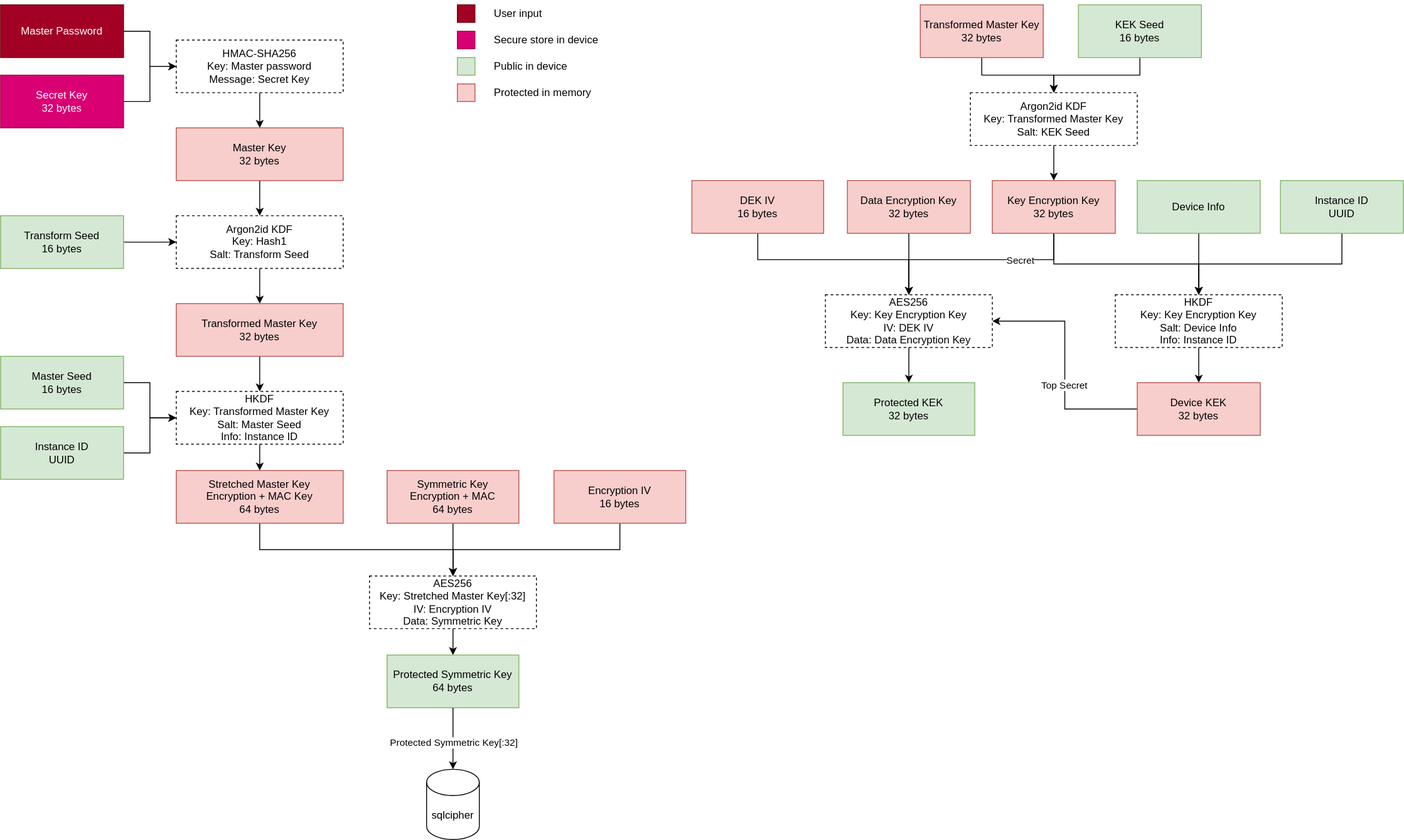
quillgen/cryptowl keeps this draw.io diagram as doc/key-derive.drawio.svg. Above is the earlier version. Source tidied: cells renumbered, new cells last; positions are measured from the earlier drawing's top-left corner, leaving out a move shared by most shapes.
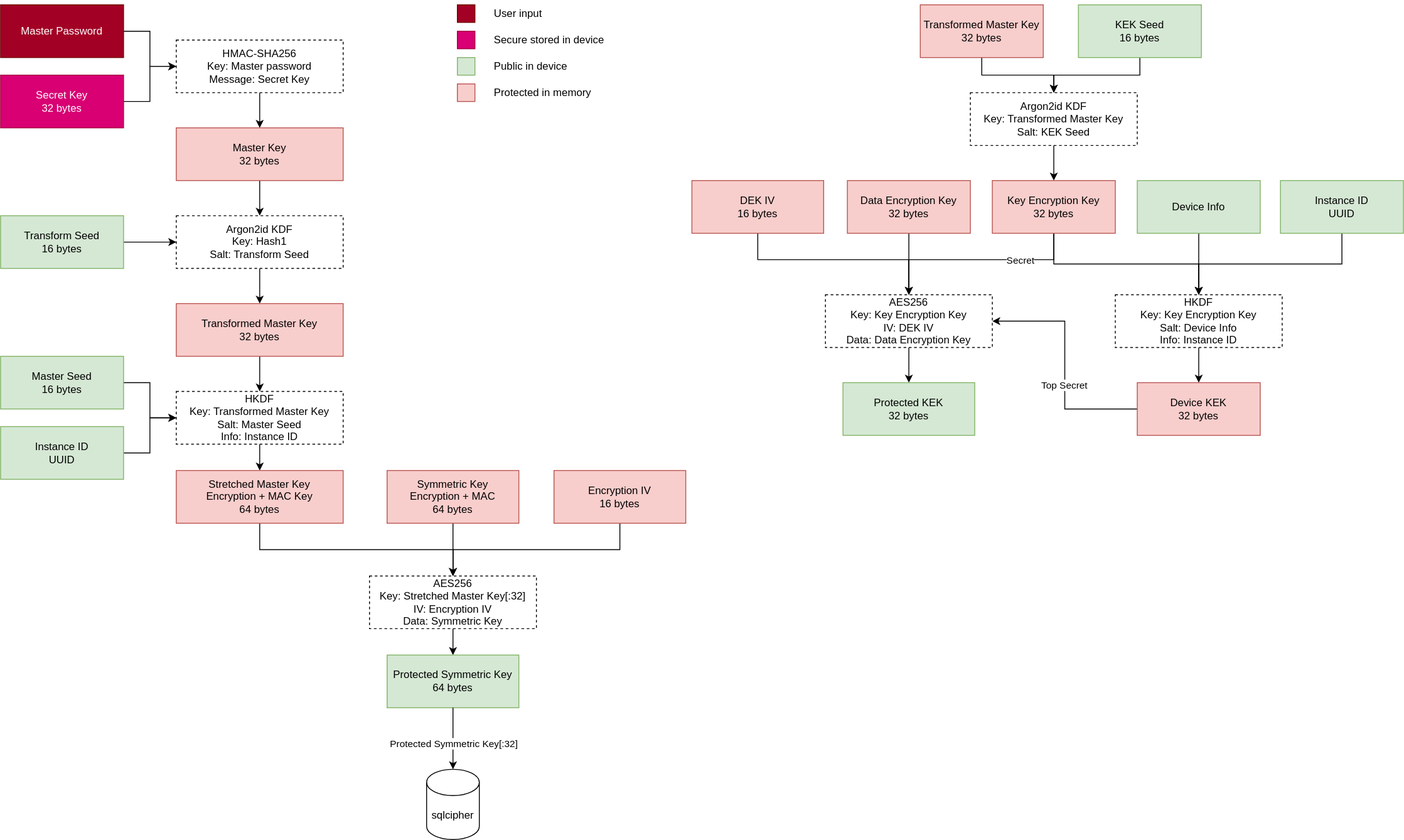
The same diagram one commit later.

The edit, as a diff of the source:
```diff
@@ -116,7 +116,7 @@
     <mxCell id="35" value="User input" style="text;html=1;align=left;verticalAlign=middle;whiteSpace=wrap;rounded=0;" parent="1" vertex="1">
       <mxGeometry x="560" width="60" height="30" as="geometry" />
     </mxCell>
-    <mxCell id="36" value="Secure store in device" style="text;html=1;align=left;verticalAlign=middle;whiteSpace=wrap;rounded=0;" parent="1" vertex="1">
+    <mxCell id="36" value="Secure stored in device" style="text;html=1;align=left;verticalAlign=middle;whiteSpace=wrap;rounded=0;" parent="1" vertex="1">
       <mxGeometry x="560" y="30" width="130" height="30" as="geometry" />
     </mxCell>
     <mxCell id="37" value="Public in device" style="text;html=1;align=left;verticalAlign=middle;whiteSpace=wrap;rounded=0;" parent="1" vertex="1">
```
